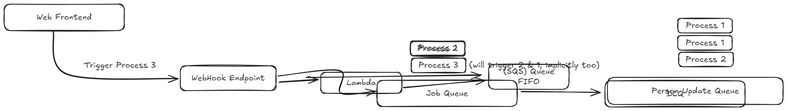
Hobart2967/lending-statistics-service keeps this Excalidraw diagram as docs/concept.excalidraw.png. Above is the earlier version. Source tidied: one line per element, renumbered; positions are measured from the earlier drawing's top-left corner, leaving out a move shared by most shapes. Its diagram source:
```json
{"id": 0, "type": "rectangle", "strokeColor": "#1e1e1e", "strokeWidth": 2, "roughness": 1, "round": true, "x": 0, "y": 0, "width": 290, "height": 64}
{"id": 1, "type": "text", "text": "Web Frontend", "strokeColor": "#1e1e1e", "strokeWidth": 2, "roughness": 1, "fontSize": 20, "fontFamily": 5, "textAlign": "center", "verticalAlign": "middle", "inside": 0, "x": 78, "y": 20, "width": 133, "height": 25}
{"id": 2, "type": "rectangle", "strokeColor": "#1e1e1e", "strokeWidth": 2, "roughness": 1, "round": true, "x": 425, "y": 149, "width": 231, "height": 60}
{"id": 3, "type": "text", "text": "WebHook Endpoint", "strokeColor": "#1e1e1e", "strokeWidth": 2, "roughness": 1, "fontSize": 20, "fontFamily": 5, "textAlign": "center", "verticalAlign": "middle", "inside": 2, "x": 452, "y": 166, "width": 177, "height": 25}
{"id": 4, "type": "arrow", "strokeColor": "#1e1e1e", "strokeWidth": 2, "roughness": 1, "endArrowhead": "arrow", "round": true, "from": 0, "to": 2, "x": 118, "y": 66, "width": 302, "height": 114, "points": [[0, 0], [35, 104], [302, 114]]}
{"id": 5, "type": "rectangle", "strokeColor": "#1e1e1e", "strokeWidth": 2, "roughness": 1, "round": true, "x": 981, "y": 89, "width": 132, "height": 35}
{"id": 6, "type": "text", "text": "Process 1", "strokeColor": "#1e1e1e", "strokeWidth": 2, "roughness": 1, "fontSize": 20, "fontFamily": 5, "textAlign": "center", "verticalAlign": "middle", "inside": 5, "x": 1000, "y": 94, "width": 93, "height": 25}
{"id": 7, "type": "rectangle", "strokeColor": "#1e1e1e", "strokeWidth": 2, "roughness": 1, "round": true, "x": 983, "y": 130, "width": 132, "height": 35}
{"id": 8, "type": "text", "text": "Process 3", "strokeColor": "#1e1e1e", "strokeWidth": 2, "roughness": 1, "fontSize": 20, "fontFamily": 5, "textAlign": "center", "verticalAlign": "middle", "inside": 7, "x": 1000, "y": 135, "width": 97, "height": 25}
{"id": 9, "type": "text", "text": "Trigger Process 3", "strokeColor": "#1e1e1e", "strokeWidth": 2, "roughness": 1, "fontSize": 20, "fontFamily": 5, "x": 192, "y": 136, "width": 175, "height": 25}
{"id": 10, "type": "rectangle", "strokeColor": "#1e1e1e", "strokeWidth": 2, "roughness": 1, "round": true, "x": 900, "y": 184, "width": 338, "height": 63}
{"id": 11, "type": "text", "text": "Job Queue", "strokeColor": "#1e1e1e", "strokeWidth": 2, "roughness": 1, "fontSize": 20, "fontFamily": 5, "textAlign": "center", "verticalAlign": "middle", "inside": 10, "x": 1019, "y": 203, "width": 101, "height": 25}
{"id": 12, "type": "arrow", "strokeColor": "#1e1e1e", "strokeWidth": 2, "roughness": 1, "endArrowhead": "arrow", "round": true, "from": 2, "to": 10, "x": 662, "y": 173, "width": 235, "height": 54, "points": [[0, 0], [148, -12], [152, 42], [235, 37]]}
{"id": 13, "type": "arrow", "strokeColor": "#1e1e1e", "strokeWidth": 2, "roughness": 1, "endArrowhead": "arrow", "round": true, "from": 10, "to": 14, "x": 1249, "y": 212, "width": 189, "height": 2, "points": [[0, 0], [189, 2]]}
{"id": 14, "type": "rectangle", "strokeColor": "#1e1e1e", "strokeWidth": 2, "roughness": 1, "round": true, "x": 1451, "y": 185, "width": 338, "height": 63}
{"id": 15, "type": "text", "text": "DLQ", "strokeColor": "#1e1e1e", "strokeWidth": 2, "roughness": 1, "fontSize": 20, "fontFamily": 5, "textAlign": "center", "verticalAlign": "middle", "inside": 14, "x": 1599, "y": 204, "width": 42, "height": 25}
{"id": 16, "type": "text", "text": "(will trigger 2 & 1, implicitly too)", "strokeColor": "#1e1e1e", "strokeWidth": 2, "roughness": 1, "fontSize": 20, "fontFamily": 5, "x": 1123, "y": 135, "width": 315, "height": 25}
```
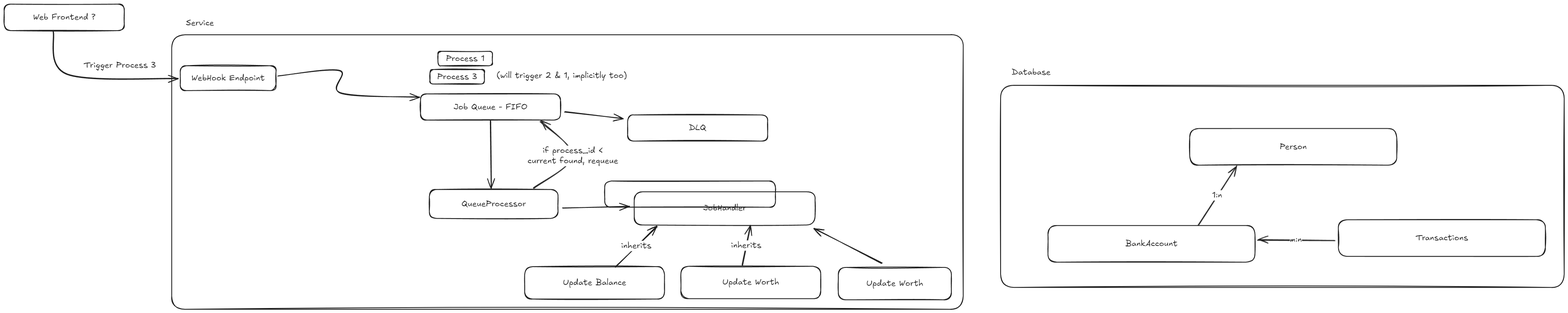
The same diagram one commit later.

Commit message:
docs(project): :memo: Add documentation and update concept according to the latest changes and thoughts.

What changed in the source:
```diff
@@ -1,17 +1,50 @@
 {"id": 0, "type": "rectangle", "strokeColor": "#1e1e1e", "strokeWidth": 2, "roughness": 1, "round": true, "x": 0, "y": 0, "width": 290, "height": 64}
-{"id": 1, "type": "text", "text": "Web Frontend", "strokeColor": "#1e1e1e", "strokeWidth": 2, "roughness": 1, "fontSize": 20, "fontFamily": 5, "textAlign": "center", "verticalAlign": "middle", "inside": 0, "x": 78, "y": 20, "width": 133, "height": 25}
+{"id": 1, "type": "text", "text": "Web Frontend ?", "strokeColor": "#1e1e1e", "strokeWidth": 2, "roughness": 1, "fontSize": 20, "fontFamily": 5, "textAlign": "center", "verticalAlign": "middle", "inside": 0, "x": 70, "y": 20, "width": 151, "height": 25}
 {"id": 2, "type": "rectangle", "strokeColor": "#1e1e1e", "strokeWidth": 2, "roughness": 1, "round": true, "x": 425, "y": 149, "width": 231, "height": 60}
 {"id": 3, "type": "text", "text": "WebHook Endpoint", "strokeColor": "#1e1e1e", "strokeWidth": 2, "roughness": 1, "fontSize": 20, "fontFamily": 5, "textAlign": "center", "verticalAlign": "middle", "inside": 2, "x": 452, "y": 166, "width": 177, "height": 25}
 {"id": 4, "type": "arrow", "strokeColor": "#1e1e1e", "strokeWidth": 2, "roughness": 1, "endArrowhead": "arrow", "round": true, "from": 0, "to": 2, "x": 118, "y": 66, "width": 302, "height": 114, "points": [[0, 0], [35, 104], [302, 114]]}
-{"id": 5, "type": "rectangle", "strokeColor": "#1e1e1e", "strokeWidth": 2, "roughness": 1, "round": true, "x": 981, "y": 89, "width": 132, "height": 35}
+{"id": 5, "type": "rectangle", "strokeColor": "#1e1e1e", "strokeWidth": 2, "roughness": 1, "round": true, "x": 1047, "y": 114, "width": 132, "height": 35}
-{"id": 6, "type": "text", "text": "Process 1", "strokeColor": "#1e1e1e", "strokeWidth": 2, "roughness": 1, "fontSize": 20, "fontFamily": 5, "textAlign": "center", "verticalAlign": "middle", "inside": 5, "x": 1000, "y": 94, "width": 93, "height": 25}
+{"id": 6, "type": "text", "text": "Process 1", "strokeColor": "#1e1e1e", "strokeWidth": 2, "roughness": 1, "fontSize": 20, "fontFamily": 5, "textAlign": "center", "verticalAlign": "middle", "inside": 5, "x": 1067, "y": 119, "width": 93, "height": 25}
-{"id": 7, "type": "rectangle", "strokeColor": "#1e1e1e", "strokeWidth": 2, "roughness": 1, "round": true, "x": 983, "y": 130, "width": 132, "height": 35}
+{"id": 7, "type": "rectangle", "strokeColor": "#1e1e1e", "strokeWidth": 2, "roughness": 1, "round": true, "x": 1028, "y": 158, "width": 132, "height": 35}
-{"id": 8, "type": "text", "text": "Process 3", "strokeColor": "#1e1e1e", "strokeWidth": 2, "roughness": 1, "fontSize": 20, "fontFamily": 5, "textAlign": "center", "verticalAlign": "middle", "inside": 7, "x": 1000, "y": 135, "width": 97, "height": 25}
+{"id": 8, "type": "text", "text": "Process 3", "strokeColor": "#1e1e1e", "strokeWidth": 2, "roughness": 1, "fontSize": 20, "fontFamily": 5, "textAlign": "center", "verticalAlign": "middle", "inside": 7, "x": 1045, "y": 163, "width": 97, "height": 25}
 {"id": 9, "type": "text", "text": "Trigger Process 3", "strokeColor": "#1e1e1e", "strokeWidth": 2, "roughness": 1, "fontSize": 20, "fontFamily": 5, "x": 192, "y": 136, "width": 175, "height": 25}
-{"id": 10, "type": "rectangle", "strokeColor": "#1e1e1e", "strokeWidth": 2, "roughness": 1, "round": true, "x": 900, "y": 184, "width": 338, "height": 63}
+{"id": 10, "type": "rectangle", "strokeColor": "#1e1e1e", "strokeWidth": 2, "roughness": 1, "round": true, "x": 1005, "y": 217, "width": 338, "height": 63}
-{"id": 11, "type": "text", "text": "Job Queue", "strokeColor": "#1e1e1e", "strokeWidth": 2, "roughness": 1, "fontSize": 20, "fontFamily": 5, "textAlign": "center", "verticalAlign": "middle", "inside": 10, "x": 1019, "y": 203, "width": 101, "height": 25}
+{"id": 11, "type": "text", "text": "Job Queue - FIFO", "strokeColor": "#1e1e1e", "strokeWidth": 2, "roughness": 1, "fontSize": 20, "fontFamily": 5, "textAlign": "center", "verticalAlign": "middle", "inside": 10, "x": 1085, "y": 236, "width": 178, "height": 25}
-{"id": 12, "type": "arrow", "strokeColor": "#1e1e1e", "strokeWidth": 2, "roughness": 1, "endArrowhead": "arrow", "round": true, "from": 2, "to": 10, "x": 662, "y": 173, "width": 235, "height": 54, "points": [[0, 0], [148, -12], [152, 42], [235, 37]]}
+{"id": 12, "type": "arrow", "strokeColor": "#1e1e1e", "strokeWidth": 2, "roughness": 1, "endArrowhead": "arrow", "round": true, "from": 2, "to": 10, "x": 661, "y": 173, "width": 342, "height": 63, "points": [[0, 0], [148, -12], [152, 42], [342, 51]]}
-{"id": 13, "type": "arrow", "strokeColor": "#1e1e1e", "strokeWidth": 2, "roughness": 1, "endArrowhead": "arrow", "round": true, "from": 10, "to": 14, "x": 1249, "y": 212, "width": 189, "height": 2, "points": [[0, 0], [189, 2]]}
+{"id": 13, "type": "arrow", "strokeColor": "#1e1e1e", "strokeWidth": 2, "roughness": 1, "endArrowhead": "arrow", "round": true, "from": 10, "to": 14, "x": 1354, "y": 261, "width": 140, "height": 16, "points": [[0, 0], [140, 16]]}
-{"id": 14, "type": "rectangle", "strokeColor": "#1e1e1e", "strokeWidth": 2, "roughness": 1, "round": true, "x": 1451, "y": 185, "width": 338, "height": 63}
+{"id": 14, "type": "rectangle", "strokeColor": "#1e1e1e", "strokeWidth": 2, "roughness": 1, "round": true, "x": 1505, "y": 268, "width": 338, "height": 63}
-{"id": 15, "type": "text", "text": "DLQ", "strokeColor": "#1e1e1e", "strokeWidth": 2, "roughness": 1, "fontSize": 20, "fontFamily": 5, "textAlign": "center", "verticalAlign": "middle", "inside": 14, "x": 1599, "y": 204, "width": 42, "height": 25}
+{"id": 15, "type": "text", "text": "DLQ", "strokeColor": "#1e1e1e", "strokeWidth": 2, "roughness": 1, "fontSize": 20, "fontFamily": 5, "textAlign": "center", "verticalAlign": "middle", "inside": 14, "x": 1653, "y": 287, "width": 42, "height": 25}
-{"id": 16, "type": "text", "text": "(will trigger 2 & 1, implicitly too)", "strokeColor": "#1e1e1e", "strokeWidth": 2, "roughness": 1, "fontSize": 20, "fontFamily": 5, "x": 1123, "y": 135, "width": 315, "height": 25}
+{"id": 16, "type": "text", "text": "(will trigger 2 & 1, implicitly too)", "strokeColor": "#1e1e1e", "strokeWidth": 2, "roughness": 1, "fontSize": 20, "fontFamily": 5, "x": 1189, "y": 160, "width": 315, "height": 25}
+{"id": 17, "type": "rectangle", "strokeColor": "#1e1e1e", "strokeWidth": 2, "roughness": 1, "round": true, "x": 2863, "y": 300, "width": 500, "height": 89}
+{"id": 18, "type": "text", "text": "Person", "strokeColor": "#1e1e1e", "strokeWidth": 2, "roughness": 1, "fontSize": 20, "fontFamily": 5, "textAlign": "center", "verticalAlign": "middle", "inside": 17, "x": 3080, "y": 332, "width": 66, "height": 25}
+{"id": 19, "type": "rectangle", "strokeColor": "#1e1e1e", "strokeWidth": 2, "roughness": 1, "round": true, "x": 2520, "y": 535, "width": 500, "height": 89}
+{"id": 20, "type": "text", "text": "BankAccount", "strokeColor": "#1e1e1e", "strokeWidth": 2, "roughness": 1, "fontSize": 20, "fontFamily": 5, "textAlign": "center", "verticalAlign": "middle", "inside": 19, "x": 2707, "y": 567, "width": 126, "height": 25}
+{"id": 21, "type": "rectangle", "strokeColor": "#1e1e1e", "strokeWidth": 2, "roughness": 1, "round": true, "x": 3222, "y": 521, "width": 500, "height": 89}
+{"id": 22, "type": "text", "text": "Transactions", "strokeColor": "#1e1e1e", "strokeWidth": 2, "roughness": 1, "fontSize": 20, "fontFamily": 5, "textAlign": "center", "verticalAlign": "middle", "inside": 21, "x": 3408, "y": 553, "width": 127, "height": 25}
+{"id": 23, "type": "rectangle", "strokeColor": "#1e1e1e", "strokeWidth": 2, "roughness": 1, "round": true, "x": 1027, "y": 448, "width": 311, "height": 70}
+{"id": 24, "type": "text", "text": "QueueProcessor", "strokeColor": "#1e1e1e", "strokeWidth": 2, "roughness": 1, "fontSize": 20, "fontFamily": 5, "textAlign": "center", "verticalAlign": "middle", "inside": 23, "x": 1104, "y": 470, "width": 156, "height": 25}
+{"id": 25, "type": "arrow", "strokeColor": "#1e1e1e", "strokeWidth": 2, "roughness": 1, "endArrowhead": "arrow", "round": true, "from": 10, "to": 23, "x": 1174, "y": 282, "width": 2, "height": 163, "points": [[0, 0], [2, 163]]}
+{"id": 26, "type": "arrow", "strokeColor": "#1e1e1e", "strokeWidth": 2, "roughness": 1, "endArrowhead": "arrow", "round": true, "from": 23, "to": 10, "x": 1278, "y": 445, "width": 95, "height": 163, "points": [[0, 0], [95, -79], [17, -163]]}
+{"id": 27, "type": "text", "text": "if process_id <\ncurrent found, requeue", "strokeColor": "#1e1e1e", "strokeWidth": 2, "roughness": 1, "fontSize": 20, "fontFamily": 5, "textAlign": "center", "verticalAlign": "middle", "inside": 26, "x": 1265, "y": 362, "width": 219, "height": 50}
+{"id": 28, "type": "rectangle", "strokeColor": "#1e1e1e", "strokeWidth": 2, "roughness": 1, "round": true, "x": 1521, "y": 453, "width": 437, "height": 80}
+{"id": 29, "type": "text", "text": "JobHandler", "strokeColor": "#1e1e1e", "strokeWidth": 2, "roughness": 1, "fontSize": 20, "fontFamily": 5, "textAlign": "center", "verticalAlign": "middle", "inside": 28, "x": 1688, "y": 481, "width": 104, "height": 25}
+{"id": 30, "type": "arrow", "strokeColor": "#1e1e1e", "strokeWidth": 2, "roughness": 1, "endArrowhead": "arrow", "round": true, "from": 23, "to": 28, "x": 1349, "y": 492, "width": 161, "height": 3, "points": [[0, 0], [161, -3]]}
+{"id": 31, "type": "rectangle", "strokeColor": "#1e1e1e", "strokeWidth": 2, "roughness": 1, "round": true, "x": 1257, "y": 634, "width": 338, "height": 78}
+{"id": 32, "type": "text", "text": "Update Balance", "strokeColor": "#1e1e1e", "strokeWidth": 2, "roughness": 1, "fontSize": 20, "fontFamily": 5, "textAlign": "center", "verticalAlign": "middle", "inside": 31, "x": 1349, "y": 661, "width": 153, "height": 25}
+{"id": 33, "type": "rectangle", "strokeColor": "#1e1e1e", "strokeWidth": 2, "roughness": 1, "round": true, "x": 1634, "y": 633, "width": 338, "height": 78}
+{"id": 34, "type": "text", "text": "Update Worth", "strokeColor": "#1e1e1e", "strokeWidth": 2, "roughness": 1, "fontSize": 20, "fontFamily": 5, "textAlign": "center", "verticalAlign": "middle", "inside": 33, "x": 1734, "y": 660, "width": 137, "height": 25}
+{"id": 35, "type": "arrow", "strokeColor": "#1e1e1e", "strokeWidth": 2, "roughness": 1, "endArrowhead": "arrow", "round": true, "from": 31, "to": 28, "x": 1476, "y": 633, "width": 101, "height": 97, "points": [[0, 0], [101, -97]]}
+{"id": 36, "type": "text", "text": "inherits", "strokeColor": "#1e1e1e", "strokeWidth": 2, "roughness": 1, "fontSize": 20, "fontFamily": 5, "textAlign": "center", "verticalAlign": "middle", "inside": 35, "x": 1549, "y": 563, "width": 73, "height": 25}
+{"id": 37, "type": "arrow", "strokeColor": "#1e1e1e", "strokeWidth": 2, "roughness": 1, "endArrowhead": "arrow", "round": true, "from": 33, "to": 28, "x": 1782, "y": 632, "width": 20, "height": 97, "points": [[0, 0], [20, -97]]}
+{"id": 38, "type": "text", "text": "inherits", "strokeColor": "#1e1e1e", "strokeWidth": 2, "roughness": 1, "fontSize": 20, "fontFamily": 5, "textAlign": "center", "verticalAlign": "middle", "inside": 37, "x": 1839, "y": 561, "width": 73, "height": 25}
+{"id": 39, "type": "arrow", "strokeColor": "#1e1e1e", "strokeWidth": 2, "roughness": 1, "endArrowhead": "arrow", "round": true, "from": 21, "to": 19, "x": 3212, "y": 569, "width": 186, "height": 1, "points": [[0, 0], [-186, -1]]}
+{"id": 40, "type": "text", "text": "m:n", "strokeColor": "#1e1e1e", "strokeWidth": 2, "roughness": 1, "fontSize": 20, "fontFamily": 5, "textAlign": "center", "verticalAlign": "middle", "inside": 39, "x": 2934, "y": 566, "width": 29, "height": 25}
+{"id": 41, "type": "arrow", "strokeColor": "#1e1e1e", "strokeWidth": 2, "roughness": 1, "endArrowhead": "arrow", "round": true, "from": 19, "to": 17, "x": 2883, "y": 534, "width": 92, "height": 143, "points": [[0, 0], [92, -143]]}
+{"id": 42, "type": "text", "text": "1:n", "strokeColor": "#1e1e1e", "strokeWidth": 2, "roughness": 1, "fontSize": 20, "fontFamily": 5, "textAlign": "center", "verticalAlign": "middle", "inside": 41, "x": 2719, "y": 445, "width": 24, "height": 25}
+{"id": 43, "type": "rectangle", "strokeColor": "#1e1e1e", "strokeWidth": 2, "roughness": 1, "round": true, "x": 2406, "y": 196, "width": 1361, "height": 488}
+{"id": 44, "type": "text", "text": "Database", "strokeColor": "#1e1e1e", "strokeWidth": 2, "roughness": 1, "fontSize": 20, "fontFamily": 5, "x": 2433, "y": 152, "width": 94, "height": 25}
+{"id": 45, "type": "rectangle", "strokeColor": "#1e1e1e", "strokeWidth": 2, "roughness": 1, "round": true, "x": 2014, "y": 636, "width": 273, "height": 78}
+{"id": 46, "type": "text", "text": "Update Worth", "strokeColor": "#1e1e1e", "strokeWidth": 2, "roughness": 1, "fontSize": 20, "fontFamily": 5, "textAlign": "center", "verticalAlign": "middle", "inside": 45, "x": 2082, "y": 663, "width": 137, "height": 25}
+{"id": 47, "type": "arrow", "strokeColor": "#1e1e1e", "strokeWidth": 2, "roughness": 1, "endArrowhead": "arrow", "round": true, "from": 45, "to": 28, "x": 2119, "y": 627, "width": 164, "height": 85, "points": [[0, 0], [-164, -85]]}
+{"id": 48, "type": "rectangle", "strokeColor": "#1e1e1e", "strokeWidth": 2, "roughness": 1, "round": true, "x": 405, "y": 74, "width": 1911, "height": 663}
+{"id": 49, "type": "text", "text": "Service", "strokeColor": "#1e1e1e", "strokeWidth": 2, "roughness": 1, "fontSize": 20, "fontFamily": 5, "x": 439, "y": 33, "width": 68, "height": 25}
```
